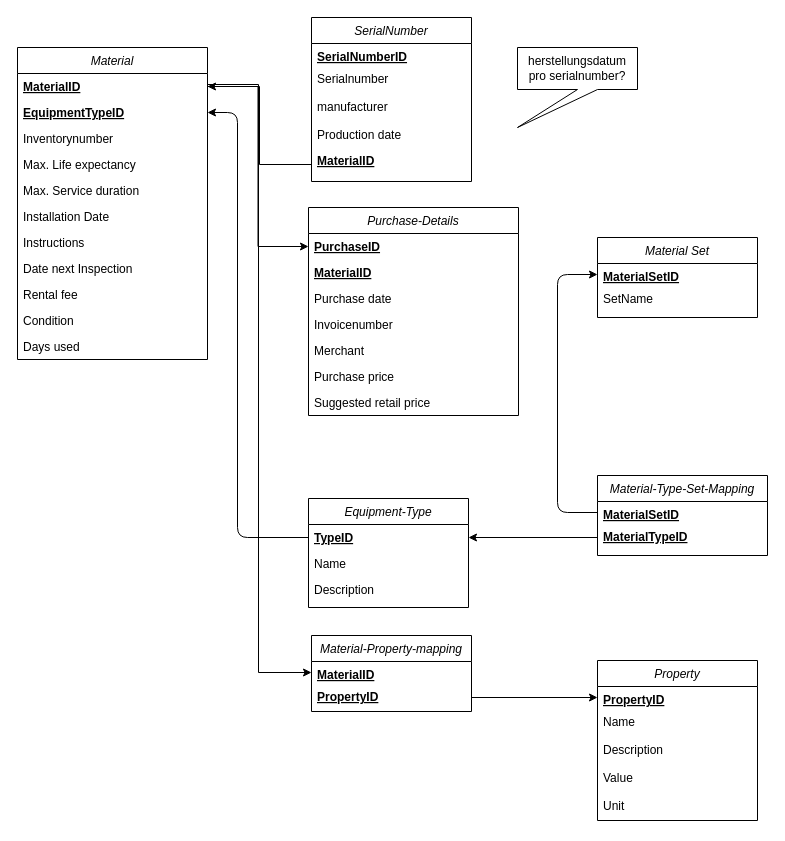
Above: page "Material Modul" (2 of 6) of docs/entity-relationship.drawio in jneuendorf/material-manager (draw.io), before the change. Source tidied: cells renumbered, new cells numbered last; positions are measured from the earlier drawing's top-left corner, leaving out a move shared by most shapes. Both pictures are drawn from the tidied source at 100%, with x=0, y=0 at pixel (17, 17).
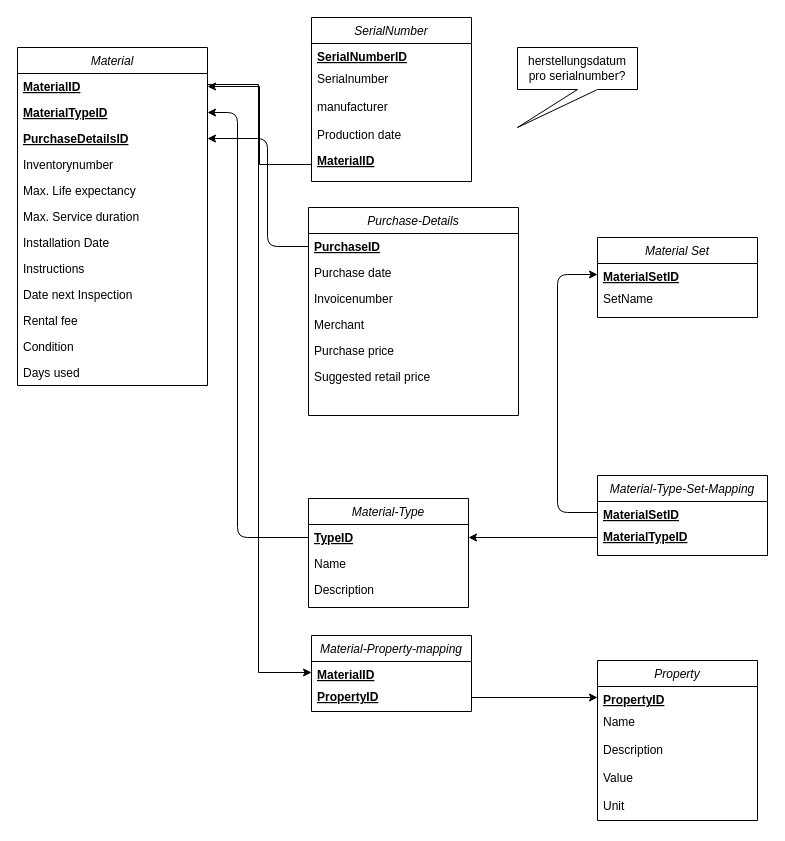
After the change.

Commit message:
updated material diagram

Unchanged cells that the change refers to:
```xml
<mxCell id="7" value="MaterialID" style="text;align=left;verticalAlign=top;spacingLeft=4;spacingRight=4;overflow=hidden;points=[[0,0.5],[1,0.5]];portConstraint=eastwest;fontStyle=5;" parent="6" vertex="1">
  <mxGeometry y="26" width="190" height="26" as="geometry" />
</mxCell>
<mxCell id="18" value="Purchase-Details" style="swimlane;fontStyle=2;align=center;verticalAlign=top;horizontal=1;startSize=26;rounded=0;shadow=0;strokeWidth=1;" parent="1" vertex="1">
  <mxGeometry x="291" y="190" width="210" height="208" as="geometry" />
</mxCell>
<mxCell id="19" value="PurchaseID" style="text;align=left;verticalAlign=top;spacingLeft=4;spacingRight=4;overflow=hidden;points=[[0,0.5],[1,0.5]];portConstraint=eastwest;fontStyle=5;" parent="18" vertex="1">
  <mxGeometry y="26" width="210" height="26" as="geometry" />
</mxCell>
```

Change to the diagram source:
```diff
@@
-    <mxCell id="2" value="Equipment-Type" style="swimlane;fontStyle=2;align=center;verticalAlign=top;horizontal=1;startSize=26;rounded=0;shadow=0;strokeWidth=1;" parent="1" vertex="1">
+    <mxCell id="2" value="Material-Type" style="swimlane;fontStyle=2;align=center;verticalAlign=top;horizontal=1;startSize=26;rounded=0;shadow=0;strokeWidth=1;" parent="1" vertex="1">
       <mxGeometry x="291" y="481" width="160" height="109" as="geometry" />
     </mxCell>
@@
     <mxCell id="6" value="Material" style="swimlane;fontStyle=2;align=center;verticalAlign=top;horizontal=1;startSize=26;rounded=0;shadow=0;strokeWidth=1;" parent="1" vertex="1">
-      <mxGeometry y="30" width="190" height="312" as="geometry" />
+      <mxGeometry y="30" width="190" height="338" as="geometry" />
     </mxCell>
@@
-    <mxCell id="8" value="EquipmentTypeID" style="text;align=left;verticalAlign=top;spacingLeft=4;spacingRight=4;overflow=hidden;points=[[0,0.5],[1,0.5]];portConstraint=eastwest;fontStyle=5;" parent="6" vertex="1">
+    <mxCell id="8" value="MaterialTypeID" style="text;align=left;verticalAlign=top;spacingLeft=4;spacingRight=4;overflow=hidden;points=[[0,0.5],[1,0.5]];portConstraint=eastwest;fontStyle=5;" parent="6" vertex="1">
       <mxGeometry y="52" width="190" height="26" as="geometry" />
     </mxCell>
+    <mxCell id="55" value="PurchaseDetailsID" style="text;align=left;verticalAlign=top;spacingLeft=4;spacingRight=4;overflow=hidden;points=[[0,0.5],[1,0.5]];portConstraint=eastwest;fontStyle=5;" parent="6" vertex="1">
+      <mxGeometry y="78" width="190" height="26" as="geometry" />
+    </mxCell>
     <mxCell id="9" value="Inventorynumber" style="text;align=left;verticalAlign=top;spacingLeft=4;spacingRight=4;overflow=hidden;rounded=0;shadow=0;html=0;" parent="6" vertex="1">
-      <mxGeometry y="78" width="190" height="26" as="geometry" />
+      <mxGeometry y="104" width="190" height="26" as="geometry" />
     </mxCell>
     <mxCell id="10" value="Max. Life expectancy" style="text;align=left;verticalAlign=top;spacingLeft=4;spacingRight=4;overflow=hidden;rounded=0;shadow=0;html=0;" parent="6" vertex="1">
-      <mxGeometry y="104" width="190" height="26" as="geometry" />
+      <mxGeometry y="130" width="190" height="26" as="geometry" />
     </mxCell>
     <mxCell id="11" value="Max. Service duration" style="text;align=left;verticalAlign=top;spacingLeft=4;spacingRight=4;overflow=hidden;rounded=0;shadow=0;html=0;" parent="6" vertex="1">
-      <mxGeometry y="130" width="190" height="26" as="geometry" />
+      <mxGeometry y="156" width="190" height="26" as="geometry" />
     </mxCell>
     <mxCell id="12" value="Installation Date" style="text;align=left;verticalAlign=top;spacingLeft=4;spacingRight=4;overflow=hidden;rounded=0;shadow=0;html=0;" parent="6" vertex="1">
-      <mxGeometry y="156" width="190" height="26" as="geometry" />
+      <mxGeometry y="182" width="190" height="26" as="geometry" />
     </mxCell>
     <mxCell id="13" value="Instructions" style="text;align=left;verticalAlign=top;spacingLeft=4;spacingRight=4;overflow=hidden;rounded=0;shadow=0;html=0;" parent="6" vertex="1">
-      <mxGeometry y="182" width="190" height="26" as="geometry" />
+      <mxGeometry y="208" width="190" height="26" as="geometry" />
     </mxCell>
     <mxCell id="14" value="Date next Inspection" style="text;align=left;verticalAlign=top;spacingLeft=4;spacingRight=4;overflow=hidden;rounded=0;shadow=0;html=0;" parent="6" vertex="1">
-      <mxGeometry y="208" width="190" height="26" as="geometry" />
+      <mxGeometry y="234" width="190" height="26" as="geometry" />
     </mxCell>
     <mxCell id="15" value="Rental fee" style="text;align=left;verticalAlign=top;spacingLeft=4;spacingRight=4;overflow=hidden;rounded=0;shadow=0;html=0;" parent="6" vertex="1">
-      <mxGeometry y="234" width="190" height="26" as="geometry" />
+      <mxGeometry y="260" width="190" height="26" as="geometry" />
     </mxCell>
     <mxCell id="16" value="Condition" style="text;align=left;verticalAlign=top;spacingLeft=4;spacingRight=4;overflow=hidden;rounded=0;shadow=0;html=0;" parent="6" vertex="1">
-      <mxGeometry y="260" width="190" height="26" as="geometry" />
+      <mxGeometry y="286" width="190" height="26" as="geometry" />
     </mxCell>
     <mxCell id="17" value="Days used" style="text;align=left;verticalAlign=top;spacingLeft=4;spacingRight=4;overflow=hidden;rounded=0;shadow=0;html=0;" parent="6" vertex="1">
-      <mxGeometry y="286" width="190" height="26" as="geometry" />
+      <mxGeometry y="312" width="190" height="26" as="geometry" />
     </mxCell>
@@
-    <mxCell id="20" value="MaterialID" style="text;align=left;verticalAlign=top;spacingLeft=4;spacingRight=4;overflow=hidden;fontStyle=5;" parent="18" vertex="1">
-      <mxGeometry y="52" width="210" height="26" as="geometry" />
-    </mxCell>
     <mxCell id="21" value="Purchase date" style="text;align=left;verticalAlign=top;spacingLeft=4;spacingRight=4;overflow=hidden;rounded=0;shadow=0;html=0;" parent="18" vertex="1">
-      <mxGeometry y="78" width="210" height="26" as="geometry" />
+      <mxGeometry y="52" width="210" height="26" as="geometry" />
     </mxCell>
     <mxCell id="22" value="Invoicenumber" style="text;align=left;verticalAlign=top;spacingLeft=4;spacingRight=4;overflow=hidden;rounded=0;shadow=0;html=0;" parent="18" vertex="1">
-      <mxGeometry y="104" width="210" height="26" as="geometry" />
+      <mxGeometry y="78" width="210" height="26" as="geometry" />
     </mxCell>
     <mxCell id="23" value="Merchant" style="text;align=left;verticalAlign=top;spacingLeft=4;spacingRight=4;overflow=hidden;rounded=0;shadow=0;html=0;" parent="18" vertex="1">
-      <mxGeometry y="130" width="210" height="26" as="geometry" />
+      <mxGeometry y="104" width="210" height="26" as="geometry" />
     </mxCell>
     <mxCell id="24" value="Purchase price" style="text;align=left;verticalAlign=top;spacingLeft=4;spacingRight=4;overflow=hidden;rounded=0;shadow=0;html=0;" parent="18" vertex="1">
-      <mxGeometry y="156" width="210" height="26" as="geometry" />
+      <mxGeometry y="130" width="210" height="26" as="geometry" />
     </mxCell>
     <mxCell id="25" value="Suggested retail price" style="text;align=left;verticalAlign=top;spacingLeft=4;spacingRight=4;overflow=hidden;rounded=0;shadow=0;html=0;" parent="18" vertex="1">
-      <mxGeometry y="182" width="210" height="26" as="geometry" />
+      <mxGeometry y="156" width="210" height="26" as="geometry" />
     </mxCell>
-    <mxCell id="26" style="edgeStyle=orthogonalEdgeStyle;rounded=0;jettySize=auto;html=1;exitX=1;exitY=0.5;exitDx=0;exitDy=0;entryX=0;entryY=0.5;entryDx=0;entryDy=0;" parent="1" edge="1" source="7" target="19">
-      <mxGeometry relative="1" as="geometry" />
-    </mxCell>
@@
+    <mxCell id="56" style="edgeStyle=none;html=1;exitX=0;exitY=0.5;exitDx=0;exitDy=0;entryX=1;entryY=0.5;entryDx=0;entryDy=0;" parent="1" edge="1" source="19" target="55">
+      <mxGeometry relative="1" as="geometry">
+        <Array as="points">
+          <mxPoint x="250" y="229" />
+          <mxPoint x="250" y="121" />
+        </Array>
+      </mxGeometry>
+    </mxCell>
```
